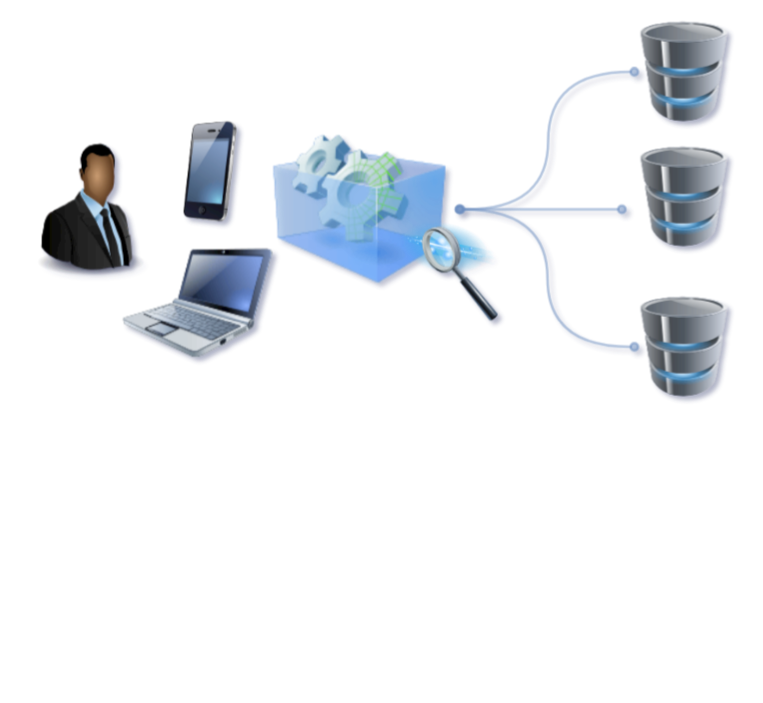
Above: docs/images/src/visulate-for-oracle.drawio in visulate/visulate-for-oracle (draw.io), before the change. Source tidied: cells renumbered, new cells numbered last; positions are measured from the earlier drawing's top-left corner, leaving out a move shared by most shapes. Both pictures are drawn from the tidied source at 125%, with x=0, y=0 at pixel (21, 21).
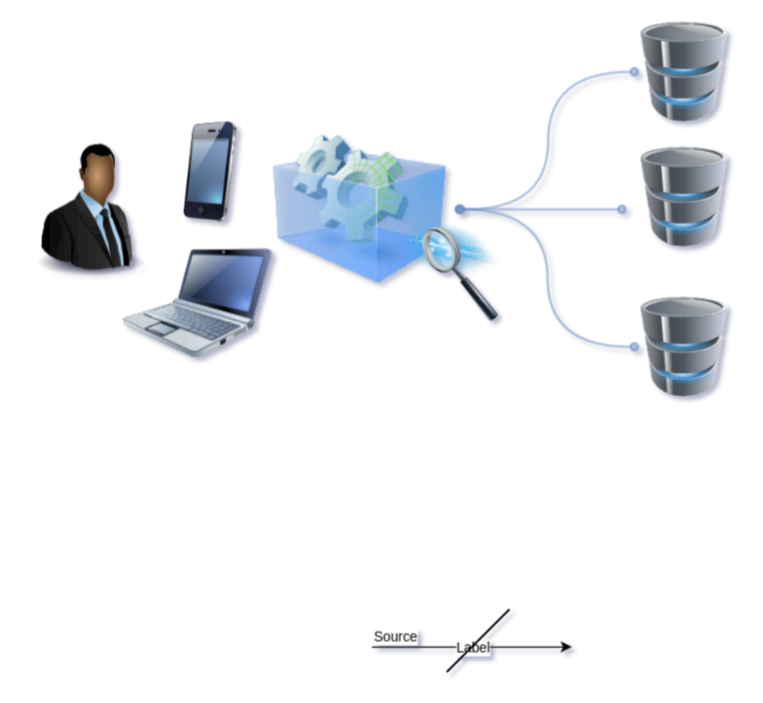
Above is the later version.

The edit, as a diff of the source:
```diff
@@
+    <mxCell id="13" style="endArrow=none;html=1;" parent="1" edge="1">
+      <mxGeometry relative="1" as="geometry">
+        <mxPoint x="340" y="520" as="sourcePoint" />
+        <mxPoint x="390" y="470" as="targetPoint" />
+      </mxGeometry>
+    </mxCell>
+    <mxCell id="14" style="endArrow=classic;html=1;" parent="1" edge="1">
+      <mxGeometry relative="1" as="geometry">
+        <mxPoint x="280" y="500" as="sourcePoint" />
+        <mxPoint x="440" y="500" as="targetPoint" />
+      </mxGeometry>
+    </mxCell>
+    <mxCell id="15" value="Label" style="edgeLabel;html=1;align=center;verticalAlign=middle;" parent="14" vertex="1">
+      <mxGeometry relative="1" as="geometry" />
+    </mxCell>
+    <mxCell id="16" value="Source" style="edgeLabel;html=1;align=left;verticalAlign=bottom;" parent="14" vertex="1">
+      <mxGeometry x="-1" relative="1" as="geometry" />
+    </mxCell>
+    <mxCell id="17" style="endArrow=none;html=1;" parent="1" edge="1">
+      <mxGeometry relative="1" as="geometry">
+        <mxPoint x="340" y="520" as="sourcePoint" />
+        <mxPoint x="390" y="470" as="targetPoint" />
+      </mxGeometry>
+    </mxCell>
+    <mxCell id="18" style="endArrow=none;html=1;" parent="1" edge="1">
+      <mxGeometry relative="1" as="geometry">
+        <mxPoint x="340" y="520" as="sourcePoint" />
+        <mxPoint x="390" y="470" as="targetPoint" />
+      </mxGeometry>
+    </mxCell>
+    <mxCell id="19" style="endArrow=none;html=1;" parent="1" edge="1">
+      <mxGeometry relative="1" as="geometry">
+        <mxPoint x="340" y="520" as="sourcePoint" />
+        <mxPoint x="390" y="470" as="targetPoint" />
+      </mxGeometry>
+    </mxCell>
```
